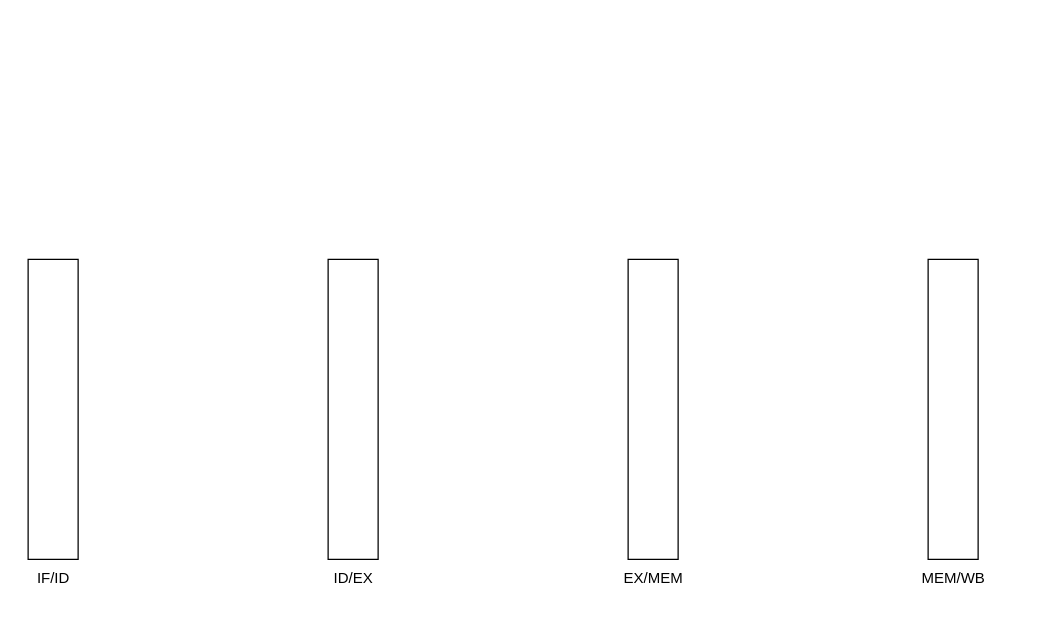
lllwwwooo/draw.io keeps this draw.io diagram as page "5-19" (1 of 3) of directory/第五章.drawio. Above is the earlier version. Source tidied: cells renumbered, new cells numbered last; positions are measured from the earlier drawing's top-left corner, leaving out a move shared by most shapes. Both pictures are drawn from the tidied source at 125%, with x=0, y=0 at pixel (21, 259).
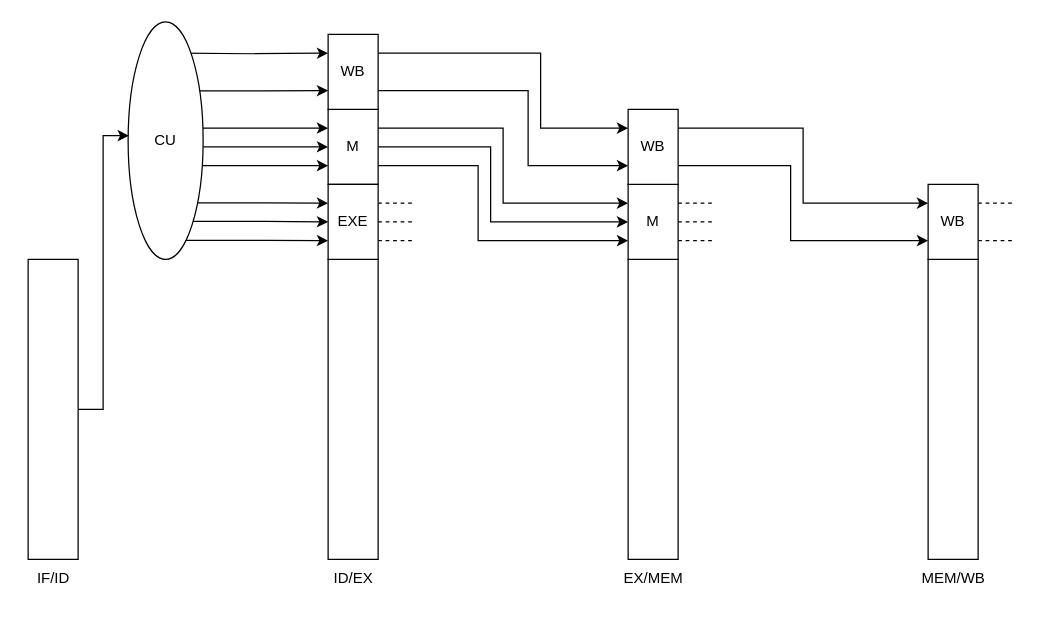
The same diagram, later.

Commit message (it also covers changes not shown here):
更新第五章.drawio

Unchanged cells that the change refers to:
```xml
<mxCell id="2" style="rounded=0;whiteSpace=wrap;html=1;" parent="1" vertex="1">
  <mxGeometry x="5" width="40" height="240" as="geometry" />
</mxCell>
```

Change to the diagram source:
```diff
@@
+    <mxCell id="10" style="edgeStyle=orthogonalEdgeStyle;rounded=0;jettySize=auto;html=1;exitX=0.75;exitY=0.92;exitDx=0;exitDy=0;exitPerimeter=0;entryX=0;entryY=0.75;entryDx=0;entryDy=0;" parent="1" edge="1" source="18" target="39">
+      <mxGeometry relative="1" as="geometry" />
+    </mxCell>
+    <mxCell id="11" style="edgeStyle=orthogonalEdgeStyle;rounded=0;jettySize=auto;html=1;exitX=0.85;exitY=0.84;exitDx=0;exitDy=0;exitPerimeter=0;" parent="1" edge="1" source="18" target="39">
+      <mxGeometry relative="1" as="geometry" />
+    </mxCell>
+    <mxCell id="12" style="edgeStyle=orthogonalEdgeStyle;rounded=0;jettySize=auto;html=1;exitX=0.895;exitY=0.762;exitDx=0;exitDy=0;exitPerimeter=0;entryX=0;entryY=0.25;entryDx=0;entryDy=0;" parent="1" edge="1" source="18" target="39">
+      <mxGeometry relative="1" as="geometry" />
+    </mxCell>
+    <mxCell id="13" style="edgeStyle=orthogonalEdgeStyle;rounded=0;jettySize=auto;html=1;entryX=0;entryY=0.25;entryDx=0;entryDy=0;" parent="1" edge="1" target="35">
+      <mxGeometry relative="1" as="geometry">
+        <mxPoint x="125" y="-165" as="sourcePoint" />
+      </mxGeometry>
+    </mxCell>
+    <mxCell id="14" style="edgeStyle=orthogonalEdgeStyle;rounded=0;jettySize=auto;html=1;entryX=0;entryY=0.75;entryDx=0;entryDy=0;exitX=0.933;exitY=0.29;exitDx=0;exitDy=0;exitPerimeter=0;" parent="1" edge="1" source="18" target="35">
+      <mxGeometry relative="1" as="geometry" />
+    </mxCell>
+    <mxCell id="15" style="edgeStyle=orthogonalEdgeStyle;rounded=0;jettySize=auto;html=1;entryX=0;entryY=0.25;entryDx=0;entryDy=0;exitX=0.981;exitY=0.447;exitDx=0;exitDy=0;exitPerimeter=0;" parent="1" edge="1" source="18" target="32">
+      <mxGeometry relative="1" as="geometry" />
+    </mxCell>
+    <mxCell id="16" style="edgeStyle=orthogonalEdgeStyle;rounded=0;jettySize=auto;html=1;exitX=1;exitY=0.526;exitDx=0;exitDy=0;exitPerimeter=0;entryX=0;entryY=0.5;entryDx=0;entryDy=0;" parent="1" edge="1" source="18" target="32">
+      <mxGeometry relative="1" as="geometry" />
+    </mxCell>
+    <mxCell id="17" style="edgeStyle=orthogonalEdgeStyle;rounded=0;jettySize=auto;html=1;exitX=0.95;exitY=0.605;exitDx=0;exitDy=0;exitPerimeter=0;entryX=0;entryY=0.75;entryDx=0;entryDy=0;" parent="1" edge="1" source="18" target="32">
+      <mxGeometry relative="1" as="geometry" />
+    </mxCell>
+    <mxCell id="18" value="CU" style="ellipse;whiteSpace=wrap;html=1;points=[[0,0.5,0,0,0]];" parent="1" vertex="1">
+      <mxGeometry x="85" y="-190" width="60" height="190" as="geometry" />
+    </mxCell>
+    <mxCell id="19" style="edgeStyle=orthogonalEdgeStyle;rounded=0;jettySize=auto;html=1;exitX=1;exitY=0.25;exitDx=0;exitDy=0;endArrow=none;endFill=0;dashed=1;" parent="1" edge="1" source="22">
+      <mxGeometry relative="1" as="geometry">
+        <mxPoint x="555" y="-45" as="targetPoint" />
+      </mxGeometry>
+    </mxCell>
+    <mxCell id="20" style="edgeStyle=orthogonalEdgeStyle;rounded=0;jettySize=auto;html=1;exitX=1;exitY=0.5;exitDx=0;exitDy=0;endArrow=none;endFill=0;dashed=1;" parent="1" edge="1" source="22">
+      <mxGeometry relative="1" as="geometry">
+        <mxPoint x="555" y="-30" as="targetPoint" />
+      </mxGeometry>
+    </mxCell>
+    <mxCell id="21" style="edgeStyle=orthogonalEdgeStyle;rounded=0;jettySize=auto;html=1;exitX=1;exitY=0.75;exitDx=0;exitDy=0;dashed=1;endArrow=none;endFill=0;" parent="1" edge="1" source="22">
+      <mxGeometry relative="1" as="geometry">
+        <mxPoint x="555" y="-15" as="targetPoint" />
+      </mxGeometry>
+    </mxCell>
+    <mxCell id="22" value="M" style="rounded=0;whiteSpace=wrap;html=1;" parent="1" vertex="1">
+      <mxGeometry x="485" y="-60" width="40" height="60" as="geometry" />
+    </mxCell>
+    <mxCell id="23" style="edgeStyle=orthogonalEdgeStyle;rounded=0;jettySize=auto;html=1;exitX=1;exitY=0.25;exitDx=0;exitDy=0;entryX=0;entryY=0.25;entryDx=0;entryDy=0;" parent="1" edge="1" source="25" target="28">
+      <mxGeometry relative="1" as="geometry" />
+    </mxCell>
+    <mxCell id="24" style="edgeStyle=orthogonalEdgeStyle;rounded=0;jettySize=auto;html=1;exitX=1;exitY=0.75;exitDx=0;exitDy=0;entryX=0;entryY=0.75;entryDx=0;entryDy=0;" parent="1" edge="1" source="25" target="28">
+      <mxGeometry relative="1" as="geometry">
+        <Array as="points">
+          <mxPoint x="615" y="-75" />
+          <mxPoint x="615" y="-15" />
+        </Array>
+      </mxGeometry>
+    </mxCell>
+    <mxCell id="25" value="WB" style="rounded=0;whiteSpace=wrap;html=1;" parent="1" vertex="1">
+      <mxGeometry x="485" y="-120" width="40" height="60" as="geometry" />
+    </mxCell>
+    <mxCell id="26" style="edgeStyle=orthogonalEdgeStyle;rounded=0;jettySize=auto;html=1;exitX=1;exitY=0.75;exitDx=0;exitDy=0;dashed=1;endArrow=none;endFill=0;" parent="1" edge="1" source="28">
+      <mxGeometry relative="1" as="geometry">
+        <mxPoint x="795" y="-15" as="targetPoint" />
+      </mxGeometry>
+    </mxCell>
+    <mxCell id="27" style="edgeStyle=orthogonalEdgeStyle;rounded=0;jettySize=auto;html=1;exitX=1;exitY=0.25;exitDx=0;exitDy=0;dashed=1;endArrow=none;endFill=0;" parent="1" edge="1" source="28">
+      <mxGeometry relative="1" as="geometry">
+        <mxPoint x="795" y="-45" as="targetPoint" />
+      </mxGeometry>
+    </mxCell>
+    <mxCell id="28" value="WB" style="rounded=0;whiteSpace=wrap;html=1;" parent="1" vertex="1">
+      <mxGeometry x="725" y="-60" width="40" height="60" as="geometry" />
+    </mxCell>
+    <mxCell id="29" style="edgeStyle=orthogonalEdgeStyle;rounded=0;jettySize=auto;html=1;exitX=1;exitY=0.25;exitDx=0;exitDy=0;entryX=0;entryY=0.25;entryDx=0;entryDy=0;" parent="1" edge="1" source="32" target="22">
+      <mxGeometry relative="1" as="geometry" />
+    </mxCell>
+    <mxCell id="30" style="edgeStyle=orthogonalEdgeStyle;rounded=0;jettySize=auto;html=1;exitX=1;exitY=0.5;exitDx=0;exitDy=0;entryX=0;entryY=0.5;entryDx=0;entryDy=0;" parent="1" edge="1" source="32" target="22">
+      <mxGeometry relative="1" as="geometry">
+        <Array as="points">
+          <mxPoint x="375" y="-90" />
+          <mxPoint x="375" y="-30" />
+        </Array>
+      </mxGeometry>
+    </mxCell>
+    <mxCell id="31" style="edgeStyle=orthogonalEdgeStyle;rounded=0;jettySize=auto;html=1;exitX=1;exitY=0.75;exitDx=0;exitDy=0;entryX=0;entryY=0.75;entryDx=0;entryDy=0;" parent="1" edge="1" source="32" target="22">
+      <mxGeometry relative="1" as="geometry">
+        <Array as="points">
+          <mxPoint x="365" y="-75" />
+          <mxPoint x="365" y="-15" />
+        </Array>
+      </mxGeometry>
+    </mxCell>
+    <mxCell id="32" value="M" style="rounded=0;whiteSpace=wrap;html=1;" parent="1" vertex="1">
+      <mxGeometry x="245" y="-120" width="40" height="60" as="geometry" />
+    </mxCell>
+    <mxCell id="33" style="edgeStyle=orthogonalEdgeStyle;rounded=0;jettySize=auto;html=1;exitX=1;exitY=0.25;exitDx=0;exitDy=0;entryX=0;entryY=0.25;entryDx=0;entryDy=0;" parent="1" edge="1" source="35" target="25">
+      <mxGeometry relative="1" as="geometry">
+        <Array as="points">
+          <mxPoint x="415" y="-165" />
+          <mxPoint x="415" y="-105" />
+        </Array>
+      </mxGeometry>
+    </mxCell>
+    <mxCell id="34" style="edgeStyle=orthogonalEdgeStyle;rounded=0;jettySize=auto;html=1;exitX=1;exitY=0.75;exitDx=0;exitDy=0;entryX=0;entryY=0.75;entryDx=0;entryDy=0;" parent="1" edge="1" source="35" target="25">
+      <mxGeometry relative="1" as="geometry">
+        <Array as="points">
+          <mxPoint x="405" y="-135" />
+          <mxPoint x="405" y="-75" />
+        </Array>
+      </mxGeometry>
+    </mxCell>
+    <mxCell id="35" value="WB" style="rounded=0;whiteSpace=wrap;html=1;" parent="1" vertex="1">
+      <mxGeometry x="245" y="-180" width="40" height="60" as="geometry" />
+    </mxCell>
+    <mxCell id="36" style="edgeStyle=orthogonalEdgeStyle;rounded=0;jettySize=auto;html=1;exitX=1;exitY=0.25;exitDx=0;exitDy=0;dashed=1;endArrow=none;endFill=0;" parent="1" edge="1" source="39">
+      <mxGeometry relative="1" as="geometry">
+        <mxPoint x="315" y="-45" as="targetPoint" />
+      </mxGeometry>
+    </mxCell>
+    <mxCell id="37" style="edgeStyle=orthogonalEdgeStyle;rounded=0;jettySize=auto;html=1;exitX=1;exitY=0.5;exitDx=0;exitDy=0;endArrow=none;endFill=0;dashed=1;" parent="1" edge="1" source="39">
+      <mxGeometry relative="1" as="geometry">
+        <mxPoint x="315" y="-30" as="targetPoint" />
+      </mxGeometry>
+    </mxCell>
+    <mxCell id="38" style="edgeStyle=orthogonalEdgeStyle;rounded=0;jettySize=auto;html=1;exitX=1;exitY=0.75;exitDx=0;exitDy=0;dashed=1;endArrow=none;endFill=0;" parent="1" edge="1" source="39">
+      <mxGeometry relative="1" as="geometry">
+        <mxPoint x="315" y="-15" as="targetPoint" />
+      </mxGeometry>
+    </mxCell>
+    <mxCell id="39" value="EXE" style="rounded=0;whiteSpace=wrap;html=1;" parent="1" vertex="1">
+      <mxGeometry x="245" y="-60" width="40" height="60" as="geometry" />
+    </mxCell>
+    <mxCell id="40" style="edgeStyle=orthogonalEdgeStyle;rounded=0;jettySize=auto;html=1;exitX=1;exitY=0.5;exitDx=0;exitDy=0;entryX=0.01;entryY=0.479;entryDx=0;entryDy=0;entryPerimeter=0;" parent="1" edge="1" source="2" target="18">
+      <mxGeometry relative="1" as="geometry" />
+    </mxCell>
```
